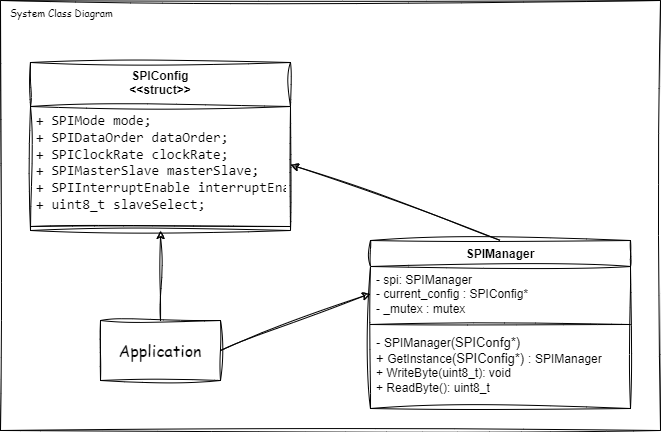
Above: Singleton/Implementation/sys-class-diagram.png in alishabana99/DesignPatterns-SWDesign (draw.io), before the change. Source tidied: cells renumbered, new cells last; positions are measured from the earlier drawing's top-left corner, leaving out a move shared by most shapes. Its diagram source:
```xml
<mxGraphModel>
  <root>
    <mxCell id="0" />
    <mxCell id="1" parent="0" />
    <mxCell id="2" value="&lt;font face=&quot;Comic Sans MS&quot; style=&quot;font-size: 10px;&quot;&gt;System Class Diagram&lt;/font&gt;" style="rounded=0;whiteSpace=wrap;html=1;verticalAlign=top;align=left;spacingLeft=8;fontSize=10;sketch=1;curveFitting=1;jiggle=2;" parent="1" vertex="1">
      <mxGeometry width="660" height="430" as="geometry" />
    </mxCell>
    <mxCell id="3" value="SPIManager" style="swimlane;fontStyle=1;align=center;verticalAlign=top;horizontal=1;startSize=26;whiteSpace=wrap;html=1;swimlaneLine=1;fillColor=none;sketch=1;curveFitting=1;jiggle=2;" parent="1" vertex="1">
      <mxGeometry x="370" y="240" width="260" height="168" as="geometry" />
    </mxCell>
    <mxCell id="4" value="- spi:&amp;nbsp;&lt;span style=&quot;text-align: center;&quot;&gt;SPIManager&lt;/span&gt;&lt;div&gt;&lt;span style=&quot;text-align: center;&quot;&gt;- current_config : SPIConfig*&amp;nbsp;&lt;/span&gt;&lt;/div&gt;&lt;div&gt;&lt;span style=&quot;text-align: center;&quot;&gt;- _mutex : mutex&lt;/span&gt;&lt;/div&gt;" style="text;align=left;verticalAlign=top;spacingLeft=4;spacingRight=4;overflow=hidden;points=[[0,0.5],[1,0.5]];portConstraint=eastwest;whiteSpace=wrap;html=1;sketch=1;curveFitting=1;jiggle=2;" parent="3" vertex="1">
      <mxGeometry y="26" width="260" height="54" as="geometry" />
    </mxCell>
    <mxCell id="5" style="line;strokeWidth=1;align=left;verticalAlign=middle;spacingTop=-1;spacingLeft=3;spacingRight=3;labelPosition=right;sketch=1;curveFitting=1;jiggle=2;" parent="3" vertex="1">
      <mxGeometry y="80" width="260" height="8" as="geometry" />
    </mxCell>
    <mxCell id="6" value="&lt;div&gt;&lt;span style=&quot;background-color: initial;&quot;&gt;&lt;font style=&quot;font-size: 13px;&quot;&gt;-&amp;nbsp;&lt;/font&gt;&lt;/span&gt;&lt;span style=&quot;text-align: center;&quot;&gt;SPIManager&lt;/span&gt;&lt;span style=&quot;background-color: initial;&quot;&gt;&lt;font style=&quot;font-size: 13px;&quot;&gt;(SPIConfg*)&amp;nbsp;&lt;/font&gt;&lt;/span&gt;&lt;/div&gt;&lt;div&gt;&lt;span style=&quot;text-align: center; background-color: initial;&quot;&gt;&lt;font style=&quot;font-size: 13px;&quot;&gt;+ &lt;/font&gt;GetInstance&lt;/span&gt;&lt;span style=&quot;text-align: center; background-color: initial;&quot;&gt;&lt;font style=&quot;font-size: 13px;&quot;&gt;(SPIConfig*) :&amp;nbsp;&lt;/font&gt;&lt;/span&gt;&lt;span style=&quot;text-align: center; background-color: initial;&quot;&gt;SPIManager&lt;/span&gt;&lt;/div&gt;&lt;div&gt;+ WriteByte(uint8_t): void&lt;/div&gt;&lt;div&gt;+ ReadByte(): uint8_t&amp;nbsp;&lt;/div&gt;" style="text;align=left;verticalAlign=top;spacingLeft=4;spacingRight=4;overflow=hidden;whiteSpace=wrap;html=1;sketch=1;curveFitting=1;jiggle=2;" parent="3" vertex="1">
      <mxGeometry y="88" width="260" height="80" as="geometry" />
    </mxCell>
    <mxCell id="7" value="Application" style="rounded=0;whiteSpace=wrap;html=1;sketch=1;curveFitting=1;jiggle=2;fontFamily=Comic Sans MS;fontSize=16;" parent="1" vertex="1">
      <mxGeometry x="100" y="320" width="120" height="60" as="geometry" />
    </mxCell>
    <mxCell id="8" style="endArrow=classic;html=1;rounded=0;entryX=0;entryY=0.5;entryDx=0;entryDy=0;exitX=1;exitY=0.5;exitDx=0;exitDy=0;sketch=1;curveFitting=1;jiggle=2;" parent="1" edge="1" source="7" target="4">
      <mxGeometry relative="1" as="geometry" />
    </mxCell>
    <mxCell id="9" value="SPIConfig&lt;div&gt;&amp;lt;&amp;lt;struct&amp;gt;&amp;gt;&lt;/div&gt;" style="swimlane;fontStyle=1;align=center;verticalAlign=top;horizontal=1;startSize=44;whiteSpace=wrap;html=1;swimlaneLine=1;fillColor=none;sketch=1;curveFitting=1;jiggle=2;" parent="1" vertex="1">
      <mxGeometry x="30" y="62" width="260" height="168" as="geometry" />
    </mxCell>
    <mxCell id="10" value="&lt;div style=&quot;font-family: Consolas, &amp;quot;Courier New&amp;quot;, monospace; font-size: 14px; white-space: pre;&quot;&gt;+ SPIMode mode;&lt;/div&gt;&lt;div style=&quot;font-family: Consolas, &amp;quot;Courier New&amp;quot;, monospace; font-size: 14px; white-space: pre;&quot;&gt;&lt;span style=&quot;background-color: initial;&quot;&gt;+ &lt;/span&gt;SPIDataOrder dataOrder;&lt;/div&gt;&lt;div style=&quot;font-family: Consolas, &amp;quot;Courier New&amp;quot;, monospace; font-size: 14px; white-space: pre;&quot;&gt;&lt;span style=&quot;background-color: initial;&quot;&gt;+ &lt;/span&gt;SPIClockRate clockRate;&lt;/div&gt;&lt;div style=&quot;font-family: Consolas, &amp;quot;Courier New&amp;quot;, monospace; font-size: 14px; white-space: pre;&quot;&gt;&lt;span style=&quot;background-color: initial;&quot;&gt;+ &lt;/span&gt;SPIMasterSlave masterSlave;&lt;/div&gt;&lt;div style=&quot;font-family: Consolas, &amp;quot;Courier New&amp;quot;, monospace; font-size: 14px; white-space: pre;&quot;&gt;&lt;span style=&quot;background-color: initial;&quot;&gt;+ &lt;/span&gt;SPIInterruptEnable interruptEnable;&lt;/div&gt;&lt;div style=&quot;font-family: Consolas, &amp;quot;Courier New&amp;quot;, monospace; font-size: 14px; white-space: pre;&quot;&gt;&lt;span style=&quot;background-color: initial;&quot;&gt;+ &lt;/span&gt;uint8_t slaveSelect;&lt;/div&gt;" style="text;align=left;verticalAlign=top;spacingLeft=4;spacingRight=4;overflow=hidden;points=[[0,0.5],[1,0.5]];portConstraint=eastwest;whiteSpace=wrap;html=1;sketch=1;curveFitting=1;jiggle=2;" parent="9" vertex="1">
      <mxGeometry y="44" width="260" height="116" as="geometry" />
    </mxCell>
    <mxCell id="11" style="line;strokeWidth=1;align=left;verticalAlign=middle;spacingTop=-1;spacingLeft=3;spacingRight=3;labelPosition=right;sketch=1;curveFitting=1;jiggle=2;" parent="9" vertex="1">
      <mxGeometry y="160" width="260" height="8" as="geometry" />
    </mxCell>
    <mxCell id="12" style="endArrow=classic;html=1;rounded=0;entryX=0.5;entryY=1;entryDx=0;entryDy=0;sketch=1;curveFitting=1;jiggle=2;exitX=0.5;exitY=0;exitDx=0;exitDy=0;" parent="1" edge="1" source="7" target="9">
      <mxGeometry relative="1" as="geometry" />
    </mxCell>
    <mxCell id="13" style="endArrow=classic;html=1;rounded=0;exitX=0.5;exitY=0;exitDx=0;exitDy=0;sketch=1;curveFitting=1;jiggle=2;entryX=1;entryY=0.5;entryDx=0;entryDy=0;" parent="1" edge="1" source="3" target="10">
      <mxGeometry relative="1" as="geometry" />
    </mxCell>
  </root>
</mxGraphModel>
```
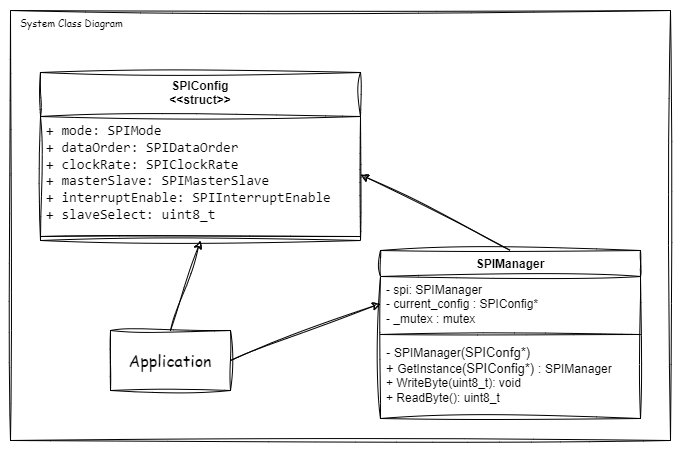
The same diagram one commit later.

What changed in the source:
```diff
@@ -17,26 +17,29 @@
     <mxCell id="6" value="&lt;div&gt;&lt;span style=&quot;background-color: initial;&quot;&gt;&lt;font style=&quot;font-size: 13px;&quot;&gt;-&amp;nbsp;&lt;/font&gt;&lt;/span&gt;&lt;span style=&quot;text-align: center;&quot;&gt;SPIManager&lt;/span&gt;&lt;span style=&quot;background-color: initial;&quot;&gt;&lt;font style=&quot;font-size: 13px;&quot;&gt;(SPIConfg*)&amp;nbsp;&lt;/font&gt;&lt;/span&gt;&lt;/div&gt;&lt;div&gt;&lt;span style=&quot;text-align: center; background-color: initial;&quot;&gt;&lt;font style=&quot;font-size: 13px;&quot;&gt;+ &lt;/font&gt;GetInstance&lt;/span&gt;&lt;span style=&quot;text-align: center; background-color: initial;&quot;&gt;&lt;font style=&quot;font-size: 13px;&quot;&gt;(SPIConfig*) :&amp;nbsp;&lt;/font&gt;&lt;/span&gt;&lt;span style=&quot;text-align: center; background-color: initial;&quot;&gt;SPIManager&lt;/span&gt;&lt;/div&gt;&lt;div&gt;+ WriteByte(uint8_t): void&lt;/div&gt;&lt;div&gt;+ ReadByte(): uint8_t&amp;nbsp;&lt;/div&gt;" style="text;align=left;verticalAlign=top;spacingLeft=4;spacingRight=4;overflow=hidden;whiteSpace=wrap;html=1;sketch=1;curveFitting=1;jiggle=2;" parent="3" vertex="1">
       <mxGeometry y="88" width="260" height="80" as="geometry" />
     </mxCell>
-    <mxCell id="7" value="Application" style="rounded=0;whiteSpace=wrap;html=1;sketch=1;curveFitting=1;jiggle=2;fontFamily=Comic Sans MS;fontSize=16;" parent="1" vertex="1">
+    <mxCell id="7" value="Application" style="rounded=0;whiteSpace=wrap;html=1;fontFamily=Comic Sans MS;fontSize=16;sketch=1;curveFitting=1;jiggle=2;" parent="1" vertex="1">
       <mxGeometry x="100" y="320" width="120" height="60" as="geometry" />
     </mxCell>
     <mxCell id="8" style="endArrow=classic;html=1;rounded=0;entryX=0;entryY=0.5;entryDx=0;entryDy=0;exitX=1;exitY=0.5;exitDx=0;exitDy=0;sketch=1;curveFitting=1;jiggle=2;" parent="1" edge="1" source="7" target="4">
       <mxGeometry relative="1" as="geometry" />
     </mxCell>
     <mxCell id="9" value="SPIConfig&lt;div&gt;&amp;lt;&amp;lt;struct&amp;gt;&amp;gt;&lt;/div&gt;" style="swimlane;fontStyle=1;align=center;verticalAlign=top;horizontal=1;startSize=44;whiteSpace=wrap;html=1;swimlaneLine=1;fillColor=none;sketch=1;curveFitting=1;jiggle=2;" parent="1" vertex="1">
-      <mxGeometry x="30" y="62" width="260" height="168" as="geometry" />
+      <mxGeometry x="30" y="62" width="320" height="168" as="geometry" />
     </mxCell>
-    <mxCell id="10" value="&lt;div style=&quot;font-family: Consolas, &amp;quot;Courier New&amp;quot;, monospace; font-size: 14px; white-space: pre;&quot;&gt;+ SPIMode mode;&lt;/div&gt;&lt;div style=&quot;font-family: Consolas, &amp;quot;Courier New&amp;quot;, monospace; font-size: 14px; white-space: pre;&quot;&gt;&lt;span style=&quot;background-color: initial;&quot;&gt;+ &lt;/span&gt;SPIDataOrder dataOrder;&lt;/div&gt;&lt;div style=&quot;font-family: Consolas, &amp;quot;Courier New&amp;quot;, monospace; font-size: 14px; white-space: pre;&quot;&gt;&lt;span style=&quot;background-color: initial;&quot;&gt;+ &lt;/span&gt;SPIClockRate clockRate;&lt;/div&gt;&lt;div style=&quot;font-family: Consolas, &amp;quot;Courier New&amp;quot;, monospace; font-size: 14px; white-space: pre;&quot;&gt;&lt;span style=&quot;background-color: initial;&quot;&gt;+ &lt;/span&gt;SPIMasterSlave masterSlave;&lt;/div&gt;&lt;div style=&quot;font-family: Consolas, &amp;quot;Courier New&amp;quot;, monospace; font-size: 14px; white-space: pre;&quot;&gt;&lt;span style=&quot;background-color: initial;&quot;&gt;+ &lt;/span&gt;SPIInterruptEnable interruptEnable;&lt;/div&gt;&lt;div style=&quot;font-family: Consolas, &amp;quot;Courier New&amp;quot;, monospace; font-size: 14px; white-space: pre;&quot;&gt;&lt;span style=&quot;background-color: initial;&quot;&gt;+ &lt;/span&gt;uint8_t slaveSelect;&lt;/div&gt;" style="text;align=left;verticalAlign=top;spacingLeft=4;spacingRight=4;overflow=hidden;points=[[0,0.5],[1,0.5]];portConstraint=eastwest;whiteSpace=wrap;html=1;sketch=1;curveFitting=1;jiggle=2;" parent="9" vertex="1">
-      <mxGeometry y="44" width="260" height="116" as="geometry" />
+    <mxCell id="10" value="&lt;div style=&quot;font-family: Consolas, &amp;quot;Courier New&amp;quot;, monospace; font-size: 14px; white-space: pre;&quot;&gt;+ mode: &lt;span style=&quot;background-color: initial;&quot;&gt;SPIMode&lt;/span&gt;&lt;/div&gt;&lt;div style=&quot;font-family: Consolas, &amp;quot;Courier New&amp;quot;, monospace; font-size: 14px; white-space: pre;&quot;&gt;&lt;span style=&quot;background-color: initial;&quot;&gt;+ &lt;/span&gt;dataOrder: &lt;span style=&quot;background-color: initial;&quot;&gt;SPIDataOrder &lt;/span&gt;&lt;/div&gt;&lt;div style=&quot;font-family: Consolas, &amp;quot;Courier New&amp;quot;, monospace; font-size: 14px; white-space: pre;&quot;&gt;&lt;span style=&quot;background-color: initial;&quot;&gt;+ &lt;/span&gt;clockRate: &lt;span style=&quot;background-color: initial;&quot;&gt;SPIClockRate &lt;/span&gt;&lt;/div&gt;&lt;div style=&quot;font-family: Consolas, &amp;quot;Courier New&amp;quot;, monospace; font-size: 14px; white-space: pre;&quot;&gt;&lt;span style=&quot;background-color: initial;&quot;&gt;+ &lt;/span&gt;masterSlave: &lt;span style=&quot;background-color: initial;&quot;&gt;SPIMasterSlave &lt;/span&gt;&lt;/div&gt;&lt;div style=&quot;font-family: Consolas, &amp;quot;Courier New&amp;quot;, monospace; font-size: 14px; white-space: pre;&quot;&gt;&lt;span style=&quot;background-color: initial;&quot;&gt;+ &lt;/span&gt;interruptEnable: &lt;span style=&quot;background-color: initial;&quot;&gt;SPIInterruptEnable &lt;/span&gt;&lt;/div&gt;&lt;div style=&quot;font-family: Consolas, &amp;quot;Courier New&amp;quot;, monospace; font-size: 14px; white-space: pre;&quot;&gt;&lt;span style=&quot;background-color: initial;&quot;&gt;+ &lt;/span&gt;slaveSelect: &lt;span style=&quot;background-color: initial;&quot;&gt;uint8_t &lt;/span&gt;&lt;/div&gt;" style="text;align=left;verticalAlign=top;spacingLeft=4;spacingRight=4;overflow=hidden;points=[[0,0.5],[1,0.5]];portConstraint=eastwest;whiteSpace=wrap;html=1;sketch=1;curveFitting=1;jiggle=2;" parent="9" vertex="1">
+      <mxGeometry y="44" width="320" height="116" as="geometry" />
     </mxCell>
     <mxCell id="11" style="line;strokeWidth=1;align=left;verticalAlign=middle;spacingTop=-1;spacingLeft=3;spacingRight=3;labelPosition=right;sketch=1;curveFitting=1;jiggle=2;" parent="9" vertex="1">
-      <mxGeometry y="160" width="260" height="8" as="geometry" />
+      <mxGeometry y="160" width="320" height="8" as="geometry" />
     </mxCell>
-    <mxCell id="12" style="endArrow=classic;html=1;rounded=0;entryX=0.5;entryY=1;entryDx=0;entryDy=0;sketch=1;curveFitting=1;jiggle=2;exitX=0.5;exitY=0;exitDx=0;exitDy=0;" parent="1" edge="1" source="7" target="9">
+    <mxCell id="12" style="endArrow=classic;html=1;rounded=0;entryX=0.5;entryY=1;entryDx=0;entryDy=0;exitX=0.5;exitY=0;exitDx=0;exitDy=0;sketch=1;curveFitting=1;jiggle=2;" parent="1" edge="1" source="7" target="9">
       <mxGeometry relative="1" as="geometry" />
     </mxCell>
-    <mxCell id="13" style="endArrow=classic;html=1;rounded=0;exitX=0.5;exitY=0;exitDx=0;exitDy=0;sketch=1;curveFitting=1;jiggle=2;entryX=1;entryY=0.5;entryDx=0;entryDy=0;" parent="1" edge="1" source="3" target="10">
+    <mxCell id="13" style="endArrow=classic;html=1;rounded=0;exitX=0.5;exitY=0;exitDx=0;exitDy=0;entryX=1;entryY=0.5;entryDx=0;entryDy=0;sketch=1;curveFitting=1;jiggle=2;" parent="1" edge="1" source="3" target="10">
       <mxGeometry relative="1" as="geometry" />
     </mxCell>
+    <mxCell id="14" style="rounded=0;whiteSpace=wrap;html=1;verticalAlign=top;align=left;spacingLeft=8;fontSize=10;fillColor=none;strokeColor=none;sketch=1;curveFitting=1;jiggle=2;" parent="1" vertex="1">
+      <mxGeometry x="-10" y="-10" width="680" height="450" as="geometry" />
+    </mxCell>
   </root>
 </mxGraphModel>
```
